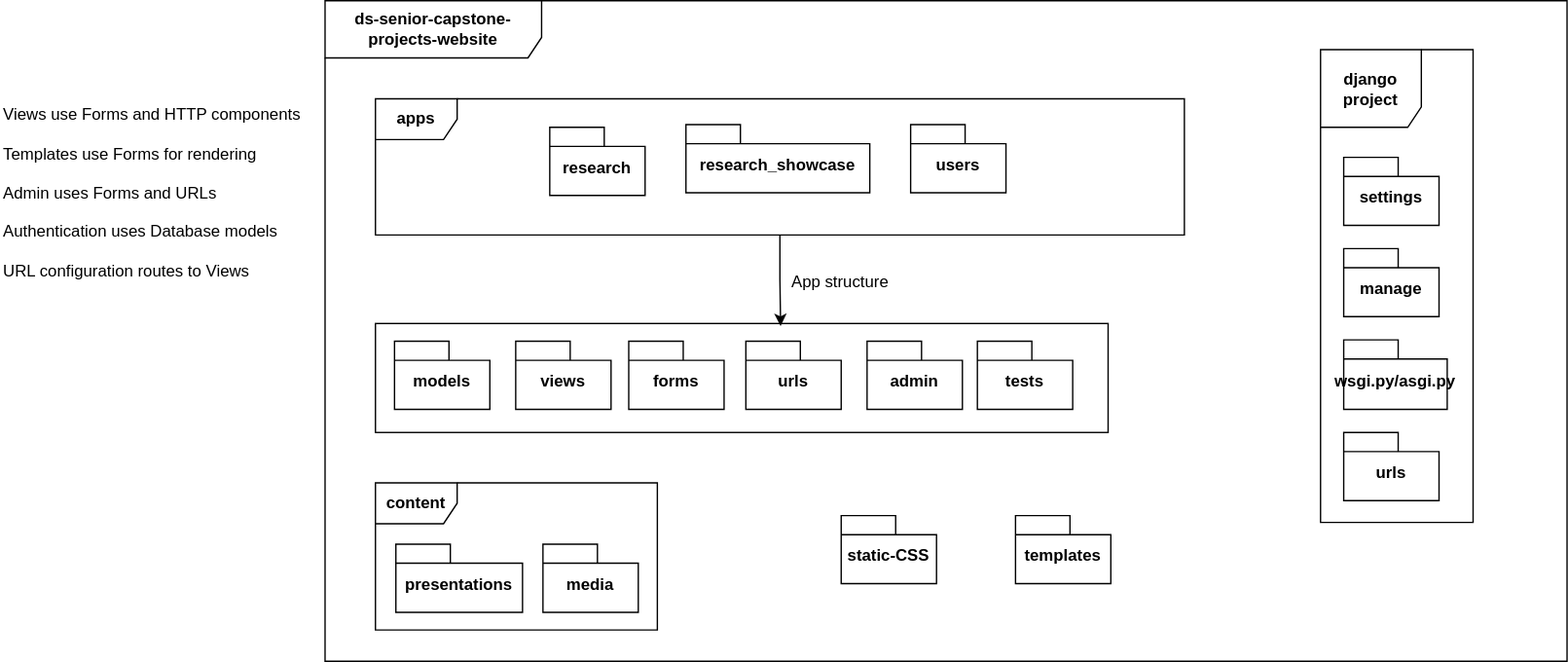
Before: deliverables/images/UML-package-diagram.svg, a diagram exported from draw.io (Naalu/ds-senior-capstone-projects-website). Source tidied: cells renumbered, new cells last; positions are measured from the earlier drawing's top-left corner, leaving out a move shared by most shapes. Source of this version:
```xml
<mxGraphModel>
  <root>
    <mxCell id="0" />
    <mxCell id="1" parent="0" />
    <mxCell id="2" style="html=1;whiteSpace=wrap;" parent="1" vertex="1">
      <mxGeometry x="275" y="237" width="538" height="80" as="geometry" />
    </mxCell>
    <mxCell id="3" value="&lt;b&gt;ds-senior-capstone-projects-website&lt;/b&gt;" style="shape=umlFrame;whiteSpace=wrap;html=1;width=159;height=42;" parent="1" vertex="1">
      <mxGeometry x="238" width="912" height="485" as="geometry" />
    </mxCell>
    <mxCell id="4" value="models" style="shape=folder;fontStyle=1;spacingTop=10;tabWidth=40;tabHeight=14;tabPosition=left;html=1;whiteSpace=wrap;" parent="1" vertex="1">
      <mxGeometry x="289" y="250" width="70" height="50" as="geometry" />
    </mxCell>
    <mxCell id="5" value="Views use Forms and HTTP components&#10;&#10;Templates use Forms for rendering&#10;&#10;Admin uses Forms and URLs&#10;&#10;Authentication uses Database models&#10;&#10;URL configuration routes to Views&#10;&#10;&#10;&#10;" style="text;whiteSpace=wrap;" parent="1" vertex="1">
      <mxGeometry y="70" width="230" height="311" as="geometry" />
    </mxCell>
    <mxCell id="6" value="research" style="shape=folder;fontStyle=1;spacingTop=10;tabWidth=40;tabHeight=14;tabPosition=left;html=1;whiteSpace=wrap;" parent="1" vertex="1">
      <mxGeometry x="403" y="93" width="70" height="50" as="geometry" />
    </mxCell>
    <mxCell id="7" value="research_showcase" style="shape=folder;fontStyle=1;spacingTop=10;tabWidth=40;tabHeight=14;tabPosition=left;html=1;whiteSpace=wrap;" parent="1" vertex="1">
      <mxGeometry x="503" y="91" width="135" height="50" as="geometry" />
    </mxCell>
    <mxCell id="8" value="users" style="shape=folder;fontStyle=1;spacingTop=10;tabWidth=40;tabHeight=14;tabPosition=left;html=1;whiteSpace=wrap;" parent="1" vertex="1">
      <mxGeometry x="668" y="91" width="70" height="50" as="geometry" />
    </mxCell>
    <mxCell id="9" value="views" style="shape=folder;fontStyle=1;spacingTop=10;tabWidth=40;tabHeight=14;tabPosition=left;html=1;whiteSpace=wrap;" parent="1" vertex="1">
      <mxGeometry x="378" y="250" width="70" height="50" as="geometry" />
    </mxCell>
    <mxCell id="10" value="forms" style="shape=folder;fontStyle=1;spacingTop=10;tabWidth=40;tabHeight=14;tabPosition=left;html=1;whiteSpace=wrap;" parent="1" vertex="1">
      <mxGeometry x="461" y="250" width="70" height="50" as="geometry" />
    </mxCell>
    <mxCell id="11" value="&lt;div&gt;urls&lt;/div&gt;" style="shape=folder;fontStyle=1;spacingTop=10;tabWidth=40;tabHeight=14;tabPosition=left;html=1;whiteSpace=wrap;" parent="1" vertex="1">
      <mxGeometry x="986" y="317" width="70" height="50" as="geometry" />
    </mxCell>
    <mxCell id="12" value="admin" style="shape=folder;fontStyle=1;spacingTop=10;tabWidth=40;tabHeight=14;tabPosition=left;html=1;whiteSpace=wrap;" parent="1" vertex="1">
      <mxGeometry x="636" y="250" width="70" height="50" as="geometry" />
    </mxCell>
    <mxCell id="13" value="&lt;b&gt;apps&lt;/b&gt;" style="shape=umlFrame;whiteSpace=wrap;html=1;" parent="1" vertex="1">
      <mxGeometry x="275" y="72" width="594" height="100" as="geometry" />
    </mxCell>
    <mxCell id="14" value="&lt;b&gt;django project&lt;/b&gt;" style="shape=umlFrame;whiteSpace=wrap;html=1;width=74;height=57;" parent="1" vertex="1">
      <mxGeometry x="969" y="36" width="112" height="347" as="geometry" />
    </mxCell>
    <mxCell id="15" value="settings" style="shape=folder;fontStyle=1;spacingTop=10;tabWidth=40;tabHeight=14;tabPosition=left;html=1;whiteSpace=wrap;" parent="1" vertex="1">
      <mxGeometry x="986" y="115" width="70" height="50" as="geometry" />
    </mxCell>
    <mxCell id="16" value="manage" style="shape=folder;fontStyle=1;spacingTop=10;tabWidth=40;tabHeight=14;tabPosition=left;html=1;whiteSpace=wrap;" parent="1" vertex="1">
      <mxGeometry x="986" y="182" width="70" height="50" as="geometry" />
    </mxCell>
    <mxCell id="17" value="wsgi.py/asgi.py" style="shape=folder;fontStyle=1;spacingTop=10;tabWidth=40;tabHeight=14;tabPosition=left;html=1;whiteSpace=wrap;" parent="1" vertex="1">
      <mxGeometry x="986" y="249" width="76" height="51" as="geometry" />
    </mxCell>
    <mxCell id="18" value="&lt;div&gt;urls&lt;/div&gt;" style="shape=folder;fontStyle=1;spacingTop=10;tabWidth=40;tabHeight=14;tabPosition=left;html=1;whiteSpace=wrap;" parent="1" vertex="1">
      <mxGeometry x="547" y="250" width="70" height="50" as="geometry" />
    </mxCell>
    <mxCell id="19" value="templates" style="shape=folder;fontStyle=1;spacingTop=10;tabWidth=40;tabHeight=14;tabPosition=left;html=1;whiteSpace=wrap;" parent="1" vertex="1">
      <mxGeometry x="745" y="378" width="70" height="50" as="geometry" />
    </mxCell>
    <mxCell id="20" value="static-CSS" style="shape=folder;fontStyle=1;spacingTop=10;tabWidth=40;tabHeight=14;tabPosition=left;html=1;whiteSpace=wrap;" parent="1" vertex="1">
      <mxGeometry x="617" y="378" width="70" height="50" as="geometry" />
    </mxCell>
    <mxCell id="21" value="media" style="shape=folder;fontStyle=1;spacingTop=10;tabWidth=40;tabHeight=14;tabPosition=left;html=1;whiteSpace=wrap;" parent="1" vertex="1">
      <mxGeometry x="398" y="399" width="70" height="50" as="geometry" />
    </mxCell>
    <mxCell id="22" value="&lt;div&gt;presentations&lt;/div&gt;" style="shape=folder;fontStyle=1;spacingTop=10;tabWidth=40;tabHeight=14;tabPosition=left;html=1;whiteSpace=wrap;" parent="1" vertex="1">
      <mxGeometry x="290" y="399" width="93" height="50" as="geometry" />
    </mxCell>
    <mxCell id="23" style="edgeStyle=orthogonalEdgeStyle;rounded=0;jettySize=auto;html=1;entryX=0.553;entryY=0.023;entryDx=0;entryDy=0;entryPerimeter=0;" parent="1" edge="1" source="13" target="2">
      <mxGeometry relative="1" as="geometry" />
    </mxCell>
    <mxCell id="24" value="App structure" style="text;html=1;align=center;verticalAlign=middle;strokeColor=none;fillColor=none;" parent="1" vertex="1">
      <mxGeometry x="571" y="194" width="89" height="26" as="geometry" />
    </mxCell>
    <mxCell id="25" value="tests" style="shape=folder;fontStyle=1;spacingTop=10;tabWidth=40;tabHeight=14;tabPosition=left;html=1;whiteSpace=wrap;" parent="1" vertex="1">
      <mxGeometry x="717" y="250" width="70" height="50" as="geometry" />
    </mxCell>
    <mxCell id="26" value="&lt;b&gt;content&lt;/b&gt;" style="shape=umlFrame;whiteSpace=wrap;html=1;" parent="1" vertex="1">
      <mxGeometry x="275" y="354" width="207" height="108" as="geometry" />
    </mxCell>
  </root>
</mxGraphModel>
```
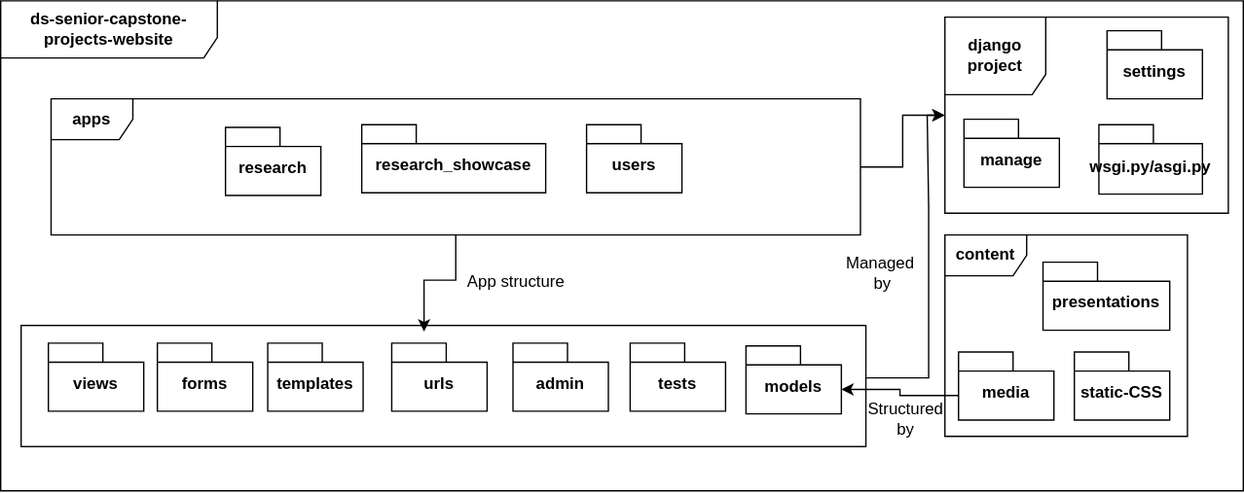
Above is the later version.

Commit message:
Package design Update

What changed in the source:
```diff
@@ -2,18 +2,25 @@
   <root>
     <mxCell id="0" />
     <mxCell id="1" parent="0" />
+    <mxCell id="27" style="edgeStyle=orthogonalEdgeStyle;rounded=0;jettySize=auto;html=1;entryX=-0.002;entryY=0.5;entryDx=0;entryDy=0;entryPerimeter=0;" parent="1" edge="1" source="2" target="14">
+      <mxGeometry relative="1" as="geometry">
+        <Array as="points">
+          <mxPoint x="919" y="277" />
+          <mxPoint x="919" y="152" />
+          <mxPoint x="918" y="152" />
+          <mxPoint x="918" y="84" />
+        </Array>
+      </mxGeometry>
+    </mxCell>
     <mxCell id="2" style="html=1;whiteSpace=wrap;" parent="1" vertex="1">
-      <mxGeometry x="275" y="237" width="538" height="80" as="geometry" />
+      <mxGeometry x="253" y="238.5" width="620" height="89" as="geometry" />
     </mxCell>
     <mxCell id="3" value="&lt;b&gt;ds-senior-capstone-projects-website&lt;/b&gt;" style="shape=umlFrame;whiteSpace=wrap;html=1;width=159;height=42;" parent="1" vertex="1">
-      <mxGeometry x="238" width="912" height="485" as="geometry" />
+      <mxGeometry x="238" width="912" height="360" as="geometry" />
     </mxCell>
     <mxCell id="4" value="models" style="shape=folder;fontStyle=1;spacingTop=10;tabWidth=40;tabHeight=14;tabPosition=left;html=1;whiteSpace=wrap;" parent="1" vertex="1">
-      <mxGeometry x="289" y="250" width="70" height="50" as="geometry" />
+      <mxGeometry x="785" y="253.5" width="70" height="50" as="geometry" />
     </mxCell>
-    <mxCell id="5" value="Views use Forms and HTTP components&#10;&#10;Templates use Forms for rendering&#10;&#10;Admin uses Forms and URLs&#10;&#10;Authentication uses Database models&#10;&#10;URL configuration routes to Views&#10;&#10;&#10;&#10;" style="text;whiteSpace=wrap;" parent="1" vertex="1">
-      <mxGeometry y="70" width="230" height="311" as="geometry" />
-    </mxCell>
     <mxCell id="6" value="research" style="shape=folder;fontStyle=1;spacingTop=10;tabWidth=40;tabHeight=14;tabPosition=left;html=1;whiteSpace=wrap;" parent="1" vertex="1">
       <mxGeometry x="403" y="93" width="70" height="50" as="geometry" />
     </mxCell>
@@ -24,58 +31,67 @@
       <mxGeometry x="668" y="91" width="70" height="50" as="geometry" />
     </mxCell>
     <mxCell id="9" value="views" style="shape=folder;fontStyle=1;spacingTop=10;tabWidth=40;tabHeight=14;tabPosition=left;html=1;whiteSpace=wrap;" parent="1" vertex="1">
-      <mxGeometry x="378" y="250" width="70" height="50" as="geometry" />
+      <mxGeometry x="273" y="251.5" width="70" height="50" as="geometry" />
     </mxCell>
     <mxCell id="10" value="forms" style="shape=folder;fontStyle=1;spacingTop=10;tabWidth=40;tabHeight=14;tabPosition=left;html=1;whiteSpace=wrap;" parent="1" vertex="1">
-      <mxGeometry x="461" y="250" width="70" height="50" as="geometry" />
+      <mxGeometry x="353" y="251.5" width="70" height="50" as="geometry" />
     </mxCell>
-    <mxCell id="11" value="&lt;div&gt;urls&lt;/div&gt;" style="shape=folder;fontStyle=1;spacingTop=10;tabWidth=40;tabHeight=14;tabPosition=left;html=1;whiteSpace=wrap;" parent="1" vertex="1">
-      <mxGeometry x="986" y="317" width="70" height="50" as="geometry" />
-    </mxCell>
     <mxCell id="12" value="admin" style="shape=folder;fontStyle=1;spacingTop=10;tabWidth=40;tabHeight=14;tabPosition=left;html=1;whiteSpace=wrap;" parent="1" vertex="1">
-      <mxGeometry x="636" y="250" width="70" height="50" as="geometry" />
+      <mxGeometry x="614" y="251.5" width="70" height="50" as="geometry" />
     </mxCell>
+    <mxCell id="28" style="edgeStyle=orthogonalEdgeStyle;rounded=0;jettySize=auto;html=1;" parent="1" edge="1" source="13" target="14">
+      <mxGeometry relative="1" as="geometry" />
+    </mxCell>
     <mxCell id="13" value="&lt;b&gt;apps&lt;/b&gt;" style="shape=umlFrame;whiteSpace=wrap;html=1;" parent="1" vertex="1">
       <mxGeometry x="275" y="72" width="594" height="100" as="geometry" />
     </mxCell>
     <mxCell id="14" value="&lt;b&gt;django project&lt;/b&gt;" style="shape=umlFrame;whiteSpace=wrap;html=1;width=74;height=57;" parent="1" vertex="1">
-      <mxGeometry x="969" y="36" width="112" height="347" as="geometry" />
+      <mxGeometry x="931" y="12" width="208" height="144" as="geometry" />
     </mxCell>
     <mxCell id="15" value="settings" style="shape=folder;fontStyle=1;spacingTop=10;tabWidth=40;tabHeight=14;tabPosition=left;html=1;whiteSpace=wrap;" parent="1" vertex="1">
-      <mxGeometry x="986" y="115" width="70" height="50" as="geometry" />
+      <mxGeometry x="1050" y="22" width="70" height="50" as="geometry" />
     </mxCell>
     <mxCell id="16" value="manage" style="shape=folder;fontStyle=1;spacingTop=10;tabWidth=40;tabHeight=14;tabPosition=left;html=1;whiteSpace=wrap;" parent="1" vertex="1">
-      <mxGeometry x="986" y="182" width="70" height="50" as="geometry" />
+      <mxGeometry x="945" y="87" width="70" height="50" as="geometry" />
     </mxCell>
     <mxCell id="17" value="wsgi.py/asgi.py" style="shape=folder;fontStyle=1;spacingTop=10;tabWidth=40;tabHeight=14;tabPosition=left;html=1;whiteSpace=wrap;" parent="1" vertex="1">
-      <mxGeometry x="986" y="249" width="76" height="51" as="geometry" />
+      <mxGeometry x="1044" y="91" width="76" height="51" as="geometry" />
     </mxCell>
     <mxCell id="18" value="&lt;div&gt;urls&lt;/div&gt;" style="shape=folder;fontStyle=1;spacingTop=10;tabWidth=40;tabHeight=14;tabPosition=left;html=1;whiteSpace=wrap;" parent="1" vertex="1">
-      <mxGeometry x="547" y="250" width="70" height="50" as="geometry" />
+      <mxGeometry x="525" y="251.5" width="70" height="50" as="geometry" />
     </mxCell>
     <mxCell id="19" value="templates" style="shape=folder;fontStyle=1;spacingTop=10;tabWidth=40;tabHeight=14;tabPosition=left;html=1;whiteSpace=wrap;" parent="1" vertex="1">
-      <mxGeometry x="745" y="378" width="70" height="50" as="geometry" />
+      <mxGeometry x="434" y="251.5" width="70" height="50" as="geometry" />
     </mxCell>
     <mxCell id="20" value="static-CSS" style="shape=folder;fontStyle=1;spacingTop=10;tabWidth=40;tabHeight=14;tabPosition=left;html=1;whiteSpace=wrap;" parent="1" vertex="1">
-      <mxGeometry x="617" y="378" width="70" height="50" as="geometry" />
+      <mxGeometry x="1026" y="258" width="70" height="50" as="geometry" />
     </mxCell>
     <mxCell id="21" value="media" style="shape=folder;fontStyle=1;spacingTop=10;tabWidth=40;tabHeight=14;tabPosition=left;html=1;whiteSpace=wrap;" parent="1" vertex="1">
-      <mxGeometry x="398" y="399" width="70" height="50" as="geometry" />
+      <mxGeometry x="941" y="258" width="70" height="50" as="geometry" />
     </mxCell>
     <mxCell id="22" value="&lt;div&gt;presentations&lt;/div&gt;" style="shape=folder;fontStyle=1;spacingTop=10;tabWidth=40;tabHeight=14;tabPosition=left;html=1;whiteSpace=wrap;" parent="1" vertex="1">
-      <mxGeometry x="290" y="399" width="93" height="50" as="geometry" />
+      <mxGeometry x="1003" y="192" width="93" height="50" as="geometry" />
     </mxCell>
-    <mxCell id="23" style="edgeStyle=orthogonalEdgeStyle;rounded=0;jettySize=auto;html=1;entryX=0.553;entryY=0.023;entryDx=0;entryDy=0;entryPerimeter=0;" parent="1" edge="1" source="13" target="2">
+    <mxCell id="23" style="edgeStyle=orthogonalEdgeStyle;rounded=0;jettySize=auto;html=1;entryX=0.477;entryY=0.05;entryDx=0;entryDy=0;entryPerimeter=0;" parent="1" edge="1" source="13" target="2">
       <mxGeometry relative="1" as="geometry" />
     </mxCell>
     <mxCell id="24" value="App structure" style="text;html=1;align=center;verticalAlign=middle;strokeColor=none;fillColor=none;" parent="1" vertex="1">
       <mxGeometry x="571" y="194" width="89" height="26" as="geometry" />
     </mxCell>
     <mxCell id="25" value="tests" style="shape=folder;fontStyle=1;spacingTop=10;tabWidth=40;tabHeight=14;tabPosition=left;html=1;whiteSpace=wrap;" parent="1" vertex="1">
-      <mxGeometry x="717" y="250" width="70" height="50" as="geometry" />
+      <mxGeometry x="700" y="251.5" width="70" height="50" as="geometry" />
     </mxCell>
     <mxCell id="26" value="&lt;b&gt;content&lt;/b&gt;" style="shape=umlFrame;whiteSpace=wrap;html=1;" parent="1" vertex="1">
-      <mxGeometry x="275" y="354" width="207" height="108" as="geometry" />
+      <mxGeometry x="931" y="172" width="178" height="148" as="geometry" />
     </mxCell>
+    <mxCell id="29" value="&lt;div&gt;Managed&amp;nbsp;&lt;/div&gt;&lt;div&gt;by&lt;/div&gt;" style="text;html=1;align=center;verticalAlign=middle;strokeColor=none;fillColor=none;" parent="1" vertex="1">
+      <mxGeometry x="849" y="179" width="71" height="41" as="geometry" />
+    </mxCell>
+    <mxCell id="30" value="&lt;div&gt;Structured&lt;/div&gt;&lt;div&gt;by&lt;/div&gt;" style="text;html=1;align=center;verticalAlign=middle;strokeColor=none;fillColor=none;" parent="1" vertex="1">
+      <mxGeometry x="865" y="286.5" width="73" height="41" as="geometry" />
+    </mxCell>
+    <mxCell id="31" style="edgeStyle=orthogonalEdgeStyle;rounded=0;jettySize=auto;html=1;exitX=0;exitY=0;exitDx=0;exitDy=32;exitPerimeter=0;entryX=0;entryY=0;entryDx=70;entryDy=32;entryPerimeter=0;" parent="1" edge="1" source="21" target="4">
+      <mxGeometry relative="1" as="geometry" />
+    </mxCell>
   </root>
 </mxGraphModel>
```
